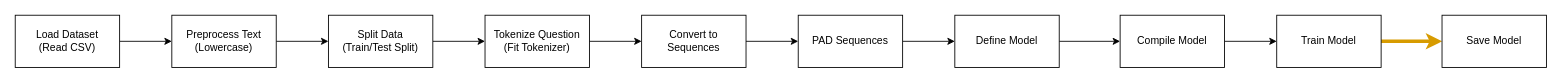
Earlier version of the draw.io diagram Data_preprocessing.drawio (parmarjh/phoenix-onboarding-chatbot). Source tidied: cells renumbered, new cells numbered last; positions are measured from the earlier drawing's top-left corner, leaving out a move shared by most shapes. Both pictures are drawn from the tidied source at 87%, with x=0, y=0 at pixel (15, 15).
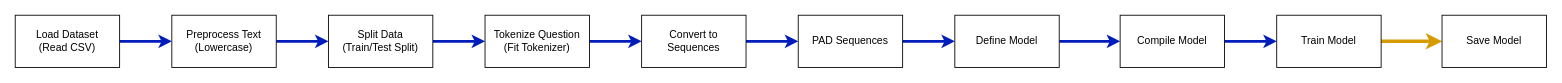
The same diagram, later.

Unchanged cells that the change refers to:
```xml
<mxCell id="3" value="Load Dataset&lt;div&gt;(Read CSV)&lt;/div&gt;" style="rounded=0;whiteSpace=wrap;html=1;" parent="1" vertex="1">
  <mxGeometry width="120" height="60" as="geometry" />
</mxCell>
<mxCell id="5" value="Preprocess Text&lt;div&gt;(Lowercase)&lt;/div&gt;" style="rounded=0;whiteSpace=wrap;html=1;" parent="1" vertex="1">
  <mxGeometry x="180" width="120" height="60" as="geometry" />
</mxCell>
<mxCell id="7" value="Split Data&lt;div&gt;(Train/Test Split)&lt;/div&gt;" style="rounded=0;whiteSpace=wrap;html=1;" parent="1" vertex="1">
  <mxGeometry x="360" width="120" height="60" as="geometry" />
</mxCell>
<mxCell id="9" value="Tokenize Question&lt;div&gt;(Fit Tokenizer)&lt;/div&gt;" style="rounded=0;whiteSpace=wrap;html=1;" parent="1" vertex="1">
  <mxGeometry x="540" width="120" height="60" as="geometry" />
</mxCell>
<mxCell id="11" value="Convert to Sequences" style="rounded=0;whiteSpace=wrap;html=1;" parent="1" vertex="1">
  <mxGeometry x="720" width="120" height="60" as="geometry" />
</mxCell>
<mxCell id="13" value="PAD Sequences" style="rounded=0;whiteSpace=wrap;html=1;" parent="1" vertex="1">
  <mxGeometry x="900" width="120" height="60" as="geometry" />
</mxCell>
<mxCell id="15" value="Define Model" style="rounded=0;whiteSpace=wrap;html=1;" parent="1" vertex="1">
  <mxGeometry x="1080" width="120" height="60" as="geometry" />
</mxCell>
<mxCell id="17" value="Compile Model" style="rounded=0;whiteSpace=wrap;html=1;" parent="1" vertex="1">
  <mxGeometry x="1270" width="120" height="60" as="geometry" />
</mxCell>
<mxCell id="19" value="Train Model" style="rounded=0;whiteSpace=wrap;html=1;" parent="1" vertex="1">
  <mxGeometry x="1450" width="120" height="60" as="geometry" />
</mxCell>
```

The edit, as a diff of the source:
```diff
@@
-    <mxCell id="2" style="edgeStyle=orthogonalEdgeStyle;rounded=0;jettySize=auto;html=1;exitX=1;exitY=0.5;exitDx=0;exitDy=0;entryX=0;entryY=0.5;entryDx=0;entryDy=0;" parent="1" edge="1" source="3" target="5">
+    <mxCell id="2" style="edgeStyle=orthogonalEdgeStyle;rounded=0;jettySize=auto;html=1;exitX=1;exitY=0.5;exitDx=0;exitDy=0;entryX=0;entryY=0.5;entryDx=0;entryDy=0;fillColor=#0050ef;strokeColor=#001DBC;strokeWidth=3;" parent="1" edge="1" source="3" target="5">
       <mxGeometry relative="1" as="geometry" />
     </mxCell>
@@
-    <mxCell id="4" style="edgeStyle=orthogonalEdgeStyle;rounded=0;jettySize=auto;html=1;" parent="1" edge="1" source="5" target="7">
+    <mxCell id="4" style="edgeStyle=orthogonalEdgeStyle;rounded=0;jettySize=auto;html=1;fillColor=#0050ef;strokeColor=#001DBC;strokeWidth=3;" parent="1" edge="1" source="5" target="7">
       <mxGeometry relative="1" as="geometry" />
     </mxCell>
@@
-    <mxCell id="6" style="edgeStyle=orthogonalEdgeStyle;rounded=0;jettySize=auto;html=1;" parent="1" edge="1" source="7" target="9">
+    <mxCell id="6" style="edgeStyle=orthogonalEdgeStyle;rounded=0;jettySize=auto;html=1;fillColor=#0050ef;strokeColor=#001DBC;strokeWidth=3;" parent="1" edge="1" source="7" target="9">
       <mxGeometry relative="1" as="geometry" />
     </mxCell>
@@
-    <mxCell id="8" style="edgeStyle=orthogonalEdgeStyle;rounded=0;jettySize=auto;html=1;" parent="1" edge="1" source="9" target="11">
+    <mxCell id="8" style="edgeStyle=orthogonalEdgeStyle;rounded=0;jettySize=auto;html=1;fillColor=#0050ef;strokeColor=#001DBC;strokeWidth=3;" parent="1" edge="1" source="9" target="11">
       <mxGeometry relative="1" as="geometry" />
     </mxCell>
@@
-    <mxCell id="10" style="edgeStyle=orthogonalEdgeStyle;rounded=0;jettySize=auto;html=1;" parent="1" edge="1" source="11" target="13">
+    <mxCell id="10" style="edgeStyle=orthogonalEdgeStyle;rounded=0;jettySize=auto;html=1;strokeWidth=3;fillColor=#0050ef;strokeColor=#001DBC;" parent="1" edge="1" source="11" target="13">
       <mxGeometry relative="1" as="geometry" />
     </mxCell>
@@
-    <mxCell id="12" style="edgeStyle=orthogonalEdgeStyle;rounded=0;jettySize=auto;html=1;" parent="1" edge="1" source="13" target="15">
+    <mxCell id="12" style="edgeStyle=orthogonalEdgeStyle;rounded=0;jettySize=auto;html=1;fillColor=#0050ef;strokeColor=#001DBC;strokeWidth=3;" parent="1" edge="1" source="13" target="15">
       <mxGeometry relative="1" as="geometry" />
     </mxCell>
@@
-    <mxCell id="14" style="edgeStyle=orthogonalEdgeStyle;rounded=0;jettySize=auto;html=1;" parent="1" edge="1" source="15" target="17">
+    <mxCell id="14" style="edgeStyle=orthogonalEdgeStyle;rounded=0;jettySize=auto;html=1;fillColor=#0050ef;strokeColor=#001DBC;strokeWidth=3;" parent="1" edge="1" source="15" target="17">
       <mxGeometry relative="1" as="geometry" />
     </mxCell>
@@
-    <mxCell id="16" style="edgeStyle=orthogonalEdgeStyle;rounded=0;jettySize=auto;html=1;" parent="1" edge="1" source="17" target="19">
+    <mxCell id="16" style="edgeStyle=orthogonalEdgeStyle;rounded=0;jettySize=auto;html=1;fillColor=#0050ef;strokeColor=#001DBC;strokeWidth=3;" parent="1" edge="1" source="17" target="19">
       <mxGeometry relative="1" as="geometry" />
     </mxCell>
```
